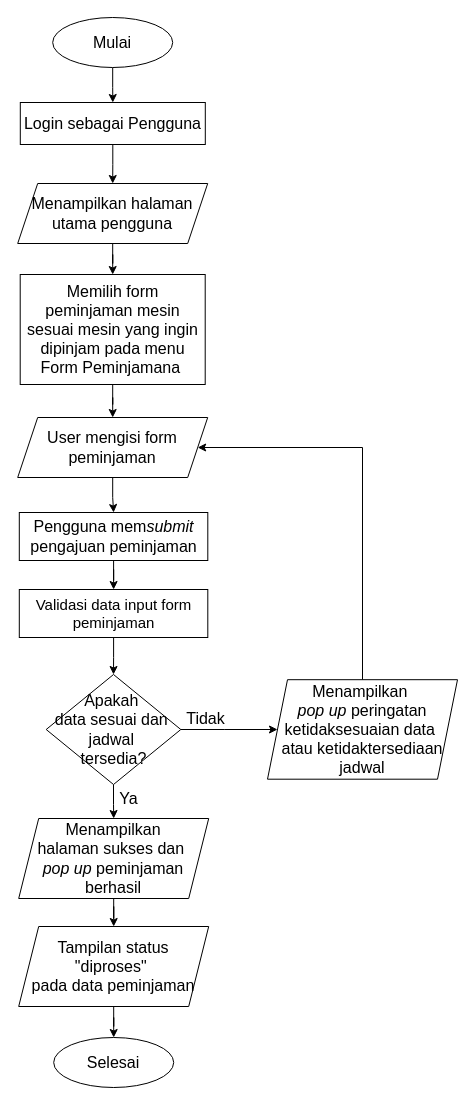
Above: page "Proses Pengajuan Peminjaman" (34 of 39) of Diagram Aktivitas Admin.drawio.xml in murtianggraeni/TugasAkhir_Flowchart (draw.io), before the change. Source tidied: cells renumbered, new cells numbered last; positions are measured from the earlier drawing's top-left corner, leaving out a move shared by most shapes. Both pictures are drawn from the tidied source at 100%, with x=0, y=0 at pixel (17, 17).
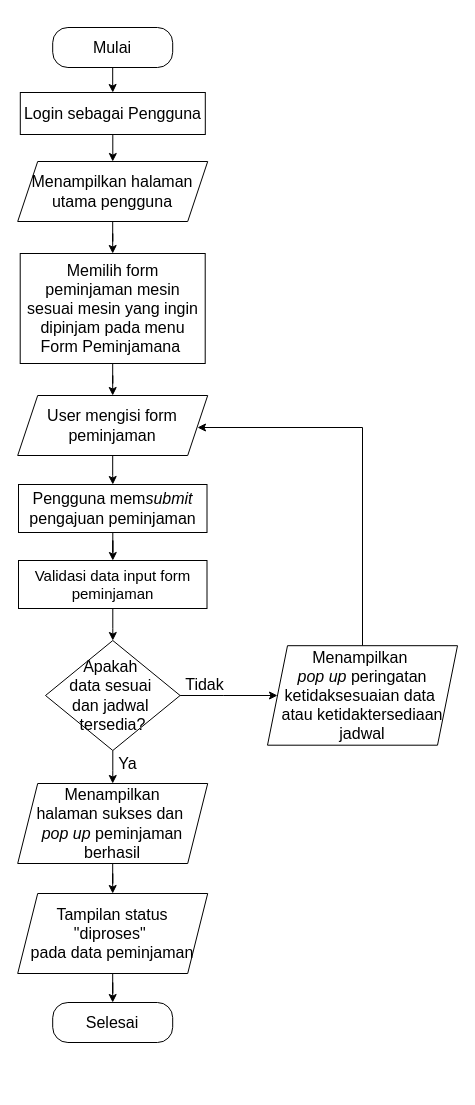
After the change.

Diff of the diagram source:
```diff
@@
-    <mxCell id="6" value="&lt;font style=&quot;font-size: 16px;&quot;&gt;Apakah&amp;nbsp;&lt;/font&gt;&lt;div&gt;&lt;font style=&quot;font-size: 16px;&quot;&gt;data sesuai dan&amp;nbsp;&lt;/font&gt;&lt;div&gt;&lt;font style=&quot;font-size: 16px;&quot;&gt;jadwal&amp;nbsp;&lt;/font&gt;&lt;/div&gt;&lt;div&gt;&lt;font style=&quot;font-size: 16px;&quot;&gt;tersedia?&lt;/font&gt;&lt;/div&gt;&lt;/div&gt;" style="rhombus;whiteSpace=wrap;html=1;" parent="1" vertex="1">
-      <mxGeometry x="28.7" y="657" width="134.6" height="110" as="geometry" />
+    <mxCell id="6" value="&lt;font style=&quot;font-size: 16px;&quot;&gt;Apakah&amp;nbsp;&lt;/font&gt;&lt;div&gt;&lt;font style=&quot;font-size: 16px;&quot;&gt;data sesuai&amp;nbsp;&lt;/font&gt;&lt;/div&gt;&lt;div&gt;&lt;font style=&quot;font-size: 16px;&quot;&gt;dan&amp;nbsp;&lt;/font&gt;&lt;span style=&quot;font-size: 16px; background-color: initial;&quot;&gt;jadwal&amp;nbsp;&lt;/span&gt;&lt;div&gt;&lt;span style=&quot;font-size: 16px; background-color: initial;&quot;&gt;tersedia?&lt;/span&gt;&lt;/div&gt;&lt;/div&gt;" style="rhombus;whiteSpace=wrap;html=1;" parent="1" vertex="1">
+      <mxGeometry x="28" y="623" width="134.6" height="110" as="geometry" />
     </mxCell>
-    <mxCell id="7" value="&lt;font style=&quot;font-size: 16px;&quot;&gt;Selesai&lt;/font&gt;" style="ellipse;whiteSpace=wrap;html=1;" parent="1" vertex="1">
-      <mxGeometry x="36.2" y="1020" width="120" height="50" as="geometry" />
-    </mxCell>
@@
     <mxCell id="9" value="&lt;font style=&quot;font-size: 16px;&quot;&gt;Menampilkan halaman utama pengguna&lt;/font&gt;" style="shape=parallelogram;perimeter=parallelogramPerimeter;whiteSpace=wrap;html=1;fixedSize=1;" parent="1" vertex="1">
-      <mxGeometry x="0.2" y="166" width="190" height="60" as="geometry" />
+      <mxGeometry x="0.2" y="144" width="190" height="60" as="geometry" />
     </mxCell>
@@
     <mxCell id="11" value="&lt;font style=&quot;font-size: 16px;&quot;&gt;Memilih form peminjaman mesin sesuai mesin yang ingin dipinjam pada menu Form Peminjamana&amp;nbsp;&lt;/font&gt;" style="whiteSpace=wrap;html=1;" parent="1" vertex="1">
-      <mxGeometry x="2.7" y="257" width="185" height="110" as="geometry" />
+      <mxGeometry x="2.7" y="236" width="185" height="110" as="geometry" />
     </mxCell>
@@
     <mxCell id="13" value="&lt;font style=&quot;font-size: 16px;&quot;&gt;User mengisi form peminjaman&lt;/font&gt;" style="shape=parallelogram;perimeter=parallelogramPerimeter;whiteSpace=wrap;html=1;fixedSize=1;" parent="1" vertex="1">
-      <mxGeometry x="0.2" y="400" width="190" height="60" as="geometry" />
+      <mxGeometry x="0.2" y="378" width="190" height="60" as="geometry" />
     </mxCell>
@@
     <mxCell id="15" value="&lt;span style=&quot;font-size: 16px;&quot;&gt;Pengguna mem&lt;i&gt;submit&lt;/i&gt; pengajuan peminjaman&lt;/span&gt;" style="whiteSpace=wrap;html=1;" parent="1" vertex="1">
-      <mxGeometry x="1.8" y="495" width="188.5" height="48" as="geometry" />
+      <mxGeometry x="1" y="467" width="188.5" height="48" as="geometry" />
     </mxCell>
-    <mxCell id="16" style="edgeStyle=orthogonalEdgeStyle;rounded=0;jettySize=auto;html=1;" parent="1" edge="1" source="17" target="6">
+    <mxCell id="16" style="edgeStyle=orthogonalEdgeStyle;rounded=0;jettySize=auto;html=1;entryX=0.5;entryY=0;entryDx=0;entryDy=0;" parent="1" edge="1" source="17" target="6">
       <mxGeometry relative="1" as="geometry" />
     </mxCell>
     <mxCell id="17" value="&lt;font style=&quot;font-size: 15px;&quot;&gt;Validasi data input form peminjaman&lt;/font&gt;" style="whiteSpace=wrap;html=1;" parent="1" vertex="1">
-      <mxGeometry x="1.8" y="572" width="188.5" height="48" as="geometry" />
+      <mxGeometry x="1" y="543" width="188.5" height="48" as="geometry" />
     </mxCell>
@@
     <mxCell id="19" value="&lt;font style=&quot;font-size: 16px;&quot;&gt;Menampilkan&lt;/font&gt;&lt;div&gt;&lt;font style=&quot;font-size: 16px;&quot;&gt;halaman&amp;nbsp;&lt;/font&gt;&lt;span style=&quot;font-size: 16px; background-color: initial;&quot;&gt;sukses dan&amp;nbsp;&lt;/span&gt;&lt;/div&gt;&lt;div&gt;&lt;span style=&quot;font-size: 16px; background-color: initial;&quot;&gt;&lt;i&gt;pop up&lt;/i&gt;&amp;nbsp;&lt;/span&gt;&lt;span style=&quot;font-size: 16px; background-color: initial;&quot;&gt;peminjaman berhasil&lt;/span&gt;&lt;/div&gt;" style="shape=parallelogram;perimeter=parallelogramPerimeter;whiteSpace=wrap;html=1;fixedSize=1;" parent="1" vertex="1">
-      <mxGeometry x="1.2" y="801" width="190" height="80" as="geometry" />
+      <mxGeometry x="0.2" y="766" width="190" height="80" as="geometry" />
     </mxCell>
-    <mxCell id="20" style="edgeStyle=orthogonalEdgeStyle;rounded=0;jettySize=auto;html=1;" parent="1" edge="1" source="21" target="27">
-      <mxGeometry relative="1" as="geometry" />
-    </mxCell>
-    <mxCell id="21" value="&lt;font style=&quot;font-size: 16px;&quot;&gt;Mulai&lt;/font&gt;" style="ellipse;whiteSpace=wrap;html=1;" parent="1" vertex="1">
-      <mxGeometry x="35.2" width="120" height="50" as="geometry" />
-    </mxCell>
@@
     <mxCell id="23" value="&lt;font style=&quot;font-size: 16px;&quot;&gt;Tampilan status &quot;diproses&quot;&amp;nbsp;&lt;/font&gt;&lt;div&gt;&lt;font style=&quot;font-size: 16px;&quot;&gt;pada data peminjaman&lt;/font&gt;&lt;/div&gt;" style="shape=parallelogram;perimeter=parallelogramPerimeter;whiteSpace=wrap;html=1;fixedSize=1;" parent="1" vertex="1">
-      <mxGeometry x="1.2" y="909" width="190" height="80" as="geometry" />
+      <mxGeometry x="0.2" y="876" width="190" height="80" as="geometry" />
     </mxCell>
-    <mxCell id="24" style="edgeStyle=orthogonalEdgeStyle;rounded=0;jettySize=auto;html=1;entryX=1;entryY=0.5;entryDx=0;entryDy=0;" parent="1" edge="1" source="25" target="13">
+    <mxCell id="24" style="edgeStyle=orthogonalEdgeStyle;rounded=0;jettySize=auto;html=1;" parent="1" edge="1" source="25">
       <mxGeometry relative="1" as="geometry">
+        <mxPoint x="180" y="410" as="targetPoint" />
         <Array as="points">
-          <mxPoint x="345" y="430" />
+          <mxPoint x="345" y="410" />
+          <mxPoint x="180" y="410" />
         </Array>
       </mxGeometry>
     </mxCell>
     <mxCell id="25" value="&lt;font style=&quot;font-size: 16px;&quot;&gt;Menampilkan&amp;nbsp;&lt;/font&gt;&lt;div&gt;&lt;font style=&quot;font-size: 16px;&quot;&gt;&lt;i&gt;pop up&lt;/i&gt; peringatan&lt;/font&gt;&lt;/div&gt;&lt;div&gt;&lt;font style=&quot;font-size: 16px;&quot;&gt;ketidaksesuaian data&amp;nbsp;&lt;/font&gt;&lt;/div&gt;&lt;div&gt;&lt;font style=&quot;font-size: 16px;&quot;&gt;atau ketidaktersediaan jadwal&lt;/font&gt;&lt;/div&gt;" style="shape=parallelogram;perimeter=parallelogramPerimeter;whiteSpace=wrap;html=1;fixedSize=1;" parent="1" vertex="1">
-      <mxGeometry x="250" y="662.2" width="190" height="99.5" as="geometry" />
+      <mxGeometry x="250" y="628.2" width="190" height="99.5" as="geometry" />
     </mxCell>
@@
     <mxCell id="27" value="&lt;span style=&quot;font-size: 16px;&quot;&gt;Login sebagai Pengguna&lt;/span&gt;" style="whiteSpace=wrap;html=1;" parent="1" vertex="1">
-      <mxGeometry x="2.8" y="85" width="185" height="42" as="geometry" />
+      <mxGeometry x="2.8" y="75" width="185" height="42" as="geometry" />
     </mxCell>
+    <mxCell id="20" style="edgeStyle=orthogonalEdgeStyle;rounded=0;jettySize=auto;html=1;" parent="1" edge="1" source="21" target="27">
+      <mxGeometry relative="1" as="geometry" />
+    </mxCell>
+    <mxCell id="21" value="&lt;font style=&quot;font-size: 16px;&quot;&gt;Mulai&lt;/font&gt;" style="rounded=1;whiteSpace=wrap;html=1;arcSize=38;" parent="1" vertex="1">
+      <mxGeometry x="35.2" y="10" width="120" height="40" as="geometry" />
+    </mxCell>
+    <mxCell id="7" value="&lt;span style=&quot;font-size: 16px;&quot;&gt;Selesai&lt;/span&gt;" style="rounded=1;whiteSpace=wrap;html=1;arcSize=38;" parent="1" vertex="1">
+      <mxGeometry x="35.2" y="985" width="120" height="40" as="geometry" />
+    </mxCell>
```
